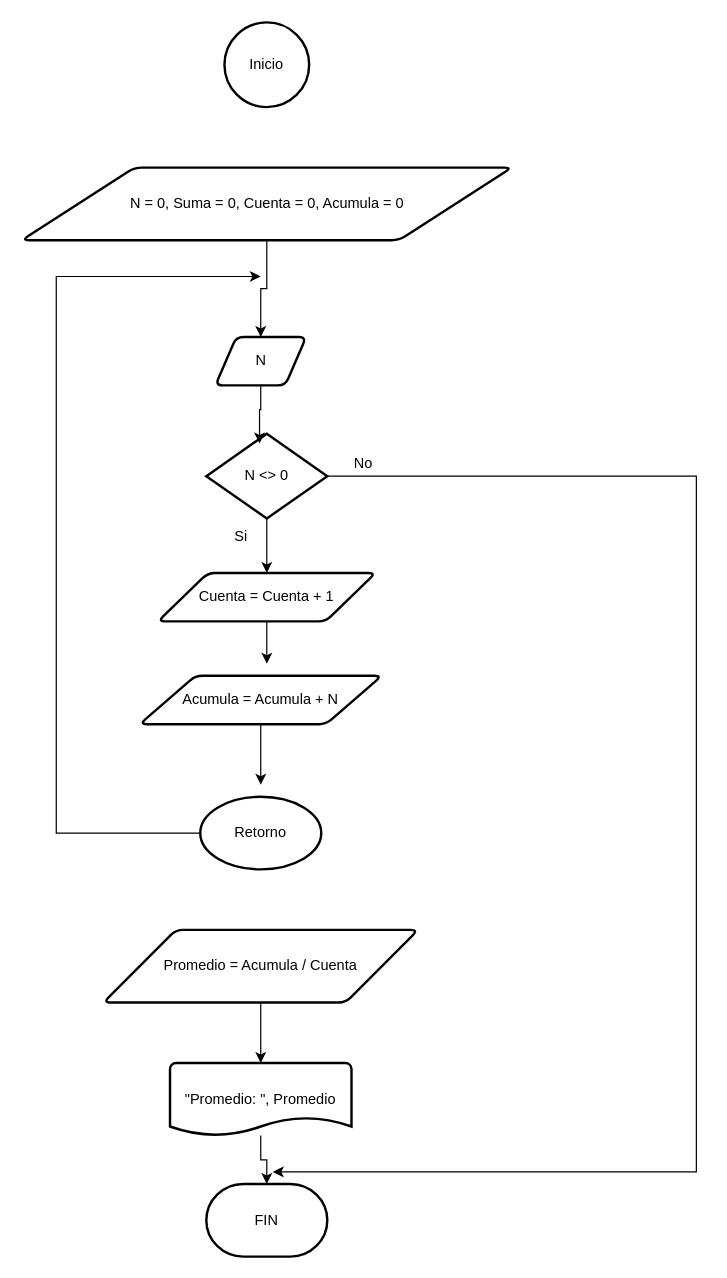
CGMarval/programacion keeps this draw.io diagram as Unidad_1/images/Diagrama Tarea1 Bucles y Condiciones.drawio. Above is the earlier version. Source tidied: cells renumbered, new cells numbered last; positions are measured from the earlier drawing's top-left corner, leaving out a move shared by most shapes. Both pictures are drawn from the tidied source at 121%, with x=0, y=0 at pixel (21, 22).
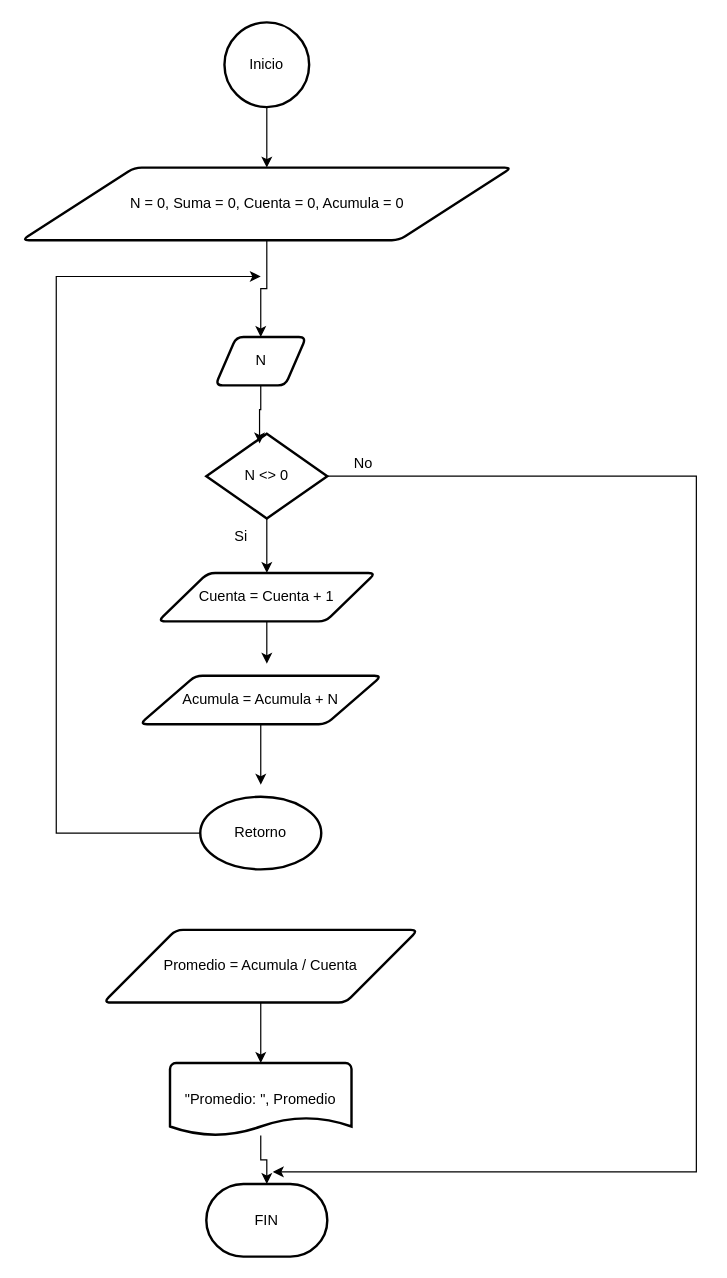
Above is the later version.

The change refers to these unchanged cells:
```xml
<mxCell id="2" value="Inicio" style="strokeWidth=2;html=1;shape=mxgraph.flowchart.start_2;whiteSpace=wrap;" parent="1" vertex="1">
  <mxGeometry x="168" width="70" height="70" as="geometry" />
</mxCell>
<mxCell id="4" value="N = 0, Suma = 0, Cuenta = 0, Acumula = 0" style="shape=parallelogram;html=1;strokeWidth=2;perimeter=parallelogramPerimeter;whiteSpace=wrap;rounded=1;arcSize=12;size=0.23;" parent="1" vertex="1">
  <mxGeometry x="0.5" y="120" width="405" height="60" as="geometry" />
</mxCell>
```

Diff of the diagram source:
```diff
@@
+    <mxCell id="23" style="edgeStyle=orthogonalEdgeStyle;rounded=0;jettySize=auto;html=1;entryX=0.5;entryY=0;entryDx=0;entryDy=0;" parent="1" edge="1" source="2" target="4">
+      <mxGeometry relative="1" as="geometry" />
+    </mxCell>
```
